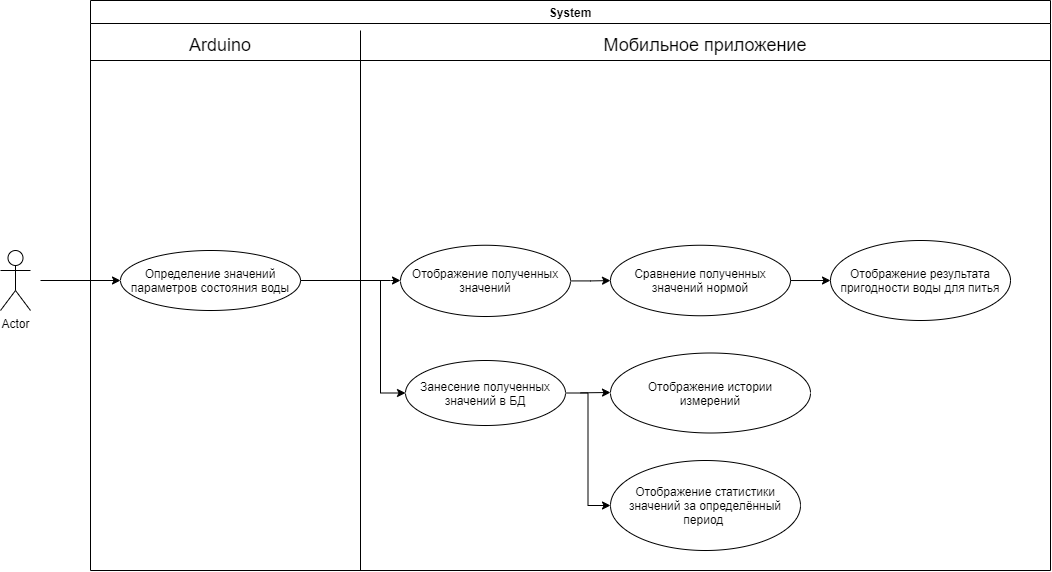
Above: UseCase.png in MaxZ07/Crystal (draw.io), before the change. Source tidied: cells renumbered, new cells last; positions are measured from the earlier drawing's top-left corner, leaving out a move shared by most shapes.
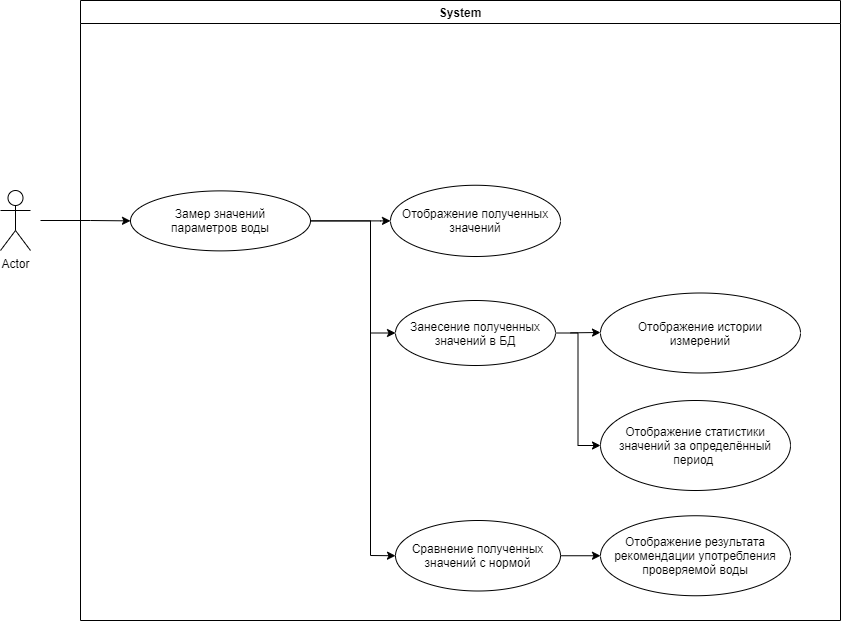
The same diagram one commit later.

Change to the diagram source:
```diff
@@ -2,92 +2,76 @@
   <root>
     <mxCell id="0" />
     <mxCell id="1" parent="0" />
-    <mxCell id="2" value="Actor" style="shape=umlActor;verticalLabelPosition=bottom;verticalAlign=top;html=1;" parent="1" vertex="1">
-      <mxGeometry y="250" width="30" height="60" as="geometry" />
-    </mxCell>
     <mxCell id="3" value="System" style="swimlane;" parent="1" vertex="1">
-      <mxGeometry x="90" width="960" height="570" as="geometry" />
+      <mxGeometry x="80" width="760" height="620" as="geometry" />
     </mxCell>
     <mxCell id="4" style="edgeStyle=orthogonalEdgeStyle;rounded=0;jettySize=auto;html=1;exitX=1;exitY=0.5;exitDx=0;exitDy=0;" parent="3" edge="1" source="5" target="7">
       <mxGeometry relative="1" as="geometry">
         <Array as="points">
-          <mxPoint x="300" y="280" />
-          <mxPoint x="300" y="280" />
+          <mxPoint x="300" y="220" />
+          <mxPoint x="300" y="220" />
         </Array>
       </mxGeometry>
     </mxCell>
-    <mxCell id="5" value="Определение значений параметров состояния воды" style="ellipse;whiteSpace=wrap;html=1;" parent="3" vertex="1">
-      <mxGeometry x="30" y="250" width="180" height="60" as="geometry" />
+    <mxCell id="5" value="Замер значений&lt;br&gt;параметров воды" style="ellipse;whiteSpace=wrap;html=1;" parent="3" vertex="1">
+      <mxGeometry x="50" y="190.4" width="180" height="60" as="geometry" />
     </mxCell>
-    <mxCell id="6" style="edgeStyle=orthogonalEdgeStyle;rounded=0;jettySize=auto;html=1;" parent="3" edge="1" source="7" target="11">
-      <mxGeometry relative="1" as="geometry" />
-    </mxCell>
     <mxCell id="7" value="Отображение полученных&lt;br&gt;значений" style="ellipse;whiteSpace=wrap;html=1;" parent="3" vertex="1">
-      <mxGeometry x="310" y="244.8" width="170" height="71.2" as="geometry" />
+      <mxGeometry x="310" y="184.8" width="170" height="71.2" as="geometry" />
     </mxCell>
     <mxCell id="8" style="edgeStyle=orthogonalEdgeStyle;rounded=0;jettySize=auto;html=1;exitX=1;exitY=0.5;exitDx=0;exitDy=0;entryX=0;entryY=0.5;entryDx=0;entryDy=0;" parent="3" edge="1" source="9" target="14">
       <mxGeometry relative="1" as="geometry" />
     </mxCell>
     <mxCell id="9" value="Занесение полученных&lt;br&gt;значений в БД" style="ellipse;whiteSpace=wrap;html=1;fontSize=12;" parent="3" vertex="1">
-      <mxGeometry x="315" y="360" width="160" height="65" as="geometry" />
+      <mxGeometry x="315" y="300" width="160" height="65" as="geometry" />
     </mxCell>
     <mxCell id="10" style="edgeStyle=orthogonalEdgeStyle;rounded=0;jettySize=auto;html=1;fontSize=12;entryX=0;entryY=0.5;entryDx=0;entryDy=0;" parent="3" edge="1" source="5" target="9">
       <mxGeometry relative="1" as="geometry">
         <Array as="points">
-          <mxPoint x="290" y="280" />
-          <mxPoint x="290" y="392" />
+          <mxPoint x="290" y="220" />
+          <mxPoint x="290" y="332" />
         </Array>
       </mxGeometry>
     </mxCell>
-    <mxCell id="11" value="Сравнение полученных значений нормой" style="ellipse;whiteSpace=wrap;html=1;" parent="3" vertex="1">
-      <mxGeometry x="520" y="244.8" width="180" height="70.5" as="geometry" />
-    </mxCell>
-    <mxCell id="12" style="endArrow=classic;html=1;rounded=0;exitX=0.169;exitY=1.001;exitDx=0;exitDy=0;exitPerimeter=0;" parent="3" edge="1">
-      <mxGeometry relative="1" as="geometry">
-        <mxPoint x="700.1" y="280" as="sourcePoint" />
-        <mxPoint x="740" y="280" as="targetPoint" />
-      </mxGeometry>
-    </mxCell>
-    <mxCell id="13" value="Отображение результата пригодности воды для питья" style="ellipse;whiteSpace=wrap;html=1;" parent="3" vertex="1">
-      <mxGeometry x="740" y="240" width="180" height="80" as="geometry" />
+    <mxCell id="13" value="Отображение результата рекомендации употребления проверяемой воды" style="ellipse;whiteSpace=wrap;html=1;" parent="3" vertex="1">
+      <mxGeometry x="520" y="515.2" width="190" height="80" as="geometry" />
     </mxCell>
     <mxCell id="14" value="Отображение статистики значений за определённый период&amp;nbsp;" style="ellipse;whiteSpace=wrap;html=1;fontSize=12;" parent="3" vertex="1">
-      <mxGeometry x="520" y="460" width="190" height="90" as="geometry" />
+      <mxGeometry x="520" y="400" width="190" height="90" as="geometry" />
     </mxCell>
-    <mxCell id="15" style="endArrow=none;html=1;rounded=0;" parent="3" edge="1">
-      <mxGeometry relative="1" as="geometry">
-        <mxPoint x="270" y="570" as="sourcePoint" />
-        <mxPoint x="270" y="30" as="targetPoint" />
-      </mxGeometry>
-    </mxCell>
-    <mxCell id="16" style="endArrow=none;html=1;rounded=0;" parent="3" edge="1">
-      <mxGeometry relative="1" as="geometry">
-        <mxPoint y="60" as="sourcePoint" />
-        <mxPoint x="960" y="60" as="targetPoint" />
-      </mxGeometry>
-    </mxCell>
-    <mxCell id="17" value="Arduino" style="text;html=1;strokeColor=none;fillColor=none;align=center;verticalAlign=middle;whiteSpace=wrap;rounded=0;fontSize=18;" parent="3" vertex="1">
-      <mxGeometry y="30" width="260" height="30" as="geometry" />
-    </mxCell>
-    <mxCell id="18" value="Мобильное приложение" style="text;html=1;strokeColor=none;fillColor=none;align=center;verticalAlign=middle;whiteSpace=wrap;rounded=0;fontSize=18;" parent="3" vertex="1">
-      <mxGeometry x="270" y="30" width="690" height="30" as="geometry" />
-    </mxCell>
     <mxCell id="19" style="endArrow=classic;html=1;rounded=0;fontSize=18;" parent="3" edge="1">
       <mxGeometry relative="1" as="geometry">
-        <mxPoint x="490" y="392.3" as="sourcePoint" />
-        <mxPoint x="520" y="392" as="targetPoint" />
+        <mxPoint x="490" y="332.3" as="sourcePoint" />
+        <mxPoint x="520" y="332" as="targetPoint" />
       </mxGeometry>
     </mxCell>
     <mxCell id="20" value="&lt;span style=&quot;font-size: 12px&quot;&gt;Отображение истории&lt;br style=&quot;font-size: 12px;&quot;&gt;измерений&lt;/span&gt;" style="ellipse;whiteSpace=wrap;html=1;fontSize=12;" parent="3" vertex="1">
-      <mxGeometry x="520" y="352.5" width="200" height="80" as="geometry" />
+      <mxGeometry x="520" y="292.5" width="200" height="80" as="geometry" />
     </mxCell>
+    <mxCell id="22" style="edgeStyle=orthogonalEdgeStyle;rounded=0;jettySize=auto;html=1;exitX=1;exitY=0.5;exitDx=0;exitDy=0;entryX=0;entryY=0.5;entryDx=0;entryDy=0;fontSize=12;" parent="3" edge="1" source="23" target="13">
+      <mxGeometry relative="1" as="geometry" />
+    </mxCell>
+    <mxCell id="23" value="Сравнение полученных значений с нормой" style="ellipse;whiteSpace=wrap;html=1;" parent="3" vertex="1">
+      <mxGeometry x="315" y="520" width="165" height="70.5" as="geometry" />
+    </mxCell>
+    <mxCell id="24" style="endArrow=classic;html=1;rounded=0;fontSize=12;entryX=0;entryY=0.5;entryDx=0;entryDy=0;" parent="3" edge="1" target="23">
+      <mxGeometry relative="1" as="geometry">
+        <mxPoint x="290" y="330" as="sourcePoint" />
+        <Array as="points">
+          <mxPoint x="290" y="555" />
+        </Array>
+      </mxGeometry>
+    </mxCell>
     <mxCell id="21" style="endArrow=classic;html=1;rounded=0;entryX=0;entryY=0.5;entryDx=0;entryDy=0;" parent="1" edge="1" target="5">
       <mxGeometry relative="1" as="geometry">
-        <mxPoint x="40" y="280" as="sourcePoint" />
+        <mxPoint x="40" y="220" as="sourcePoint" />
         <Array as="points">
-          <mxPoint x="90" y="280" />
+          <mxPoint x="90" y="220" />
         </Array>
       </mxGeometry>
     </mxCell>
+    <mxCell id="2" value="Actor" style="shape=umlActor;verticalLabelPosition=bottom;verticalAlign=top;html=1;" parent="1" vertex="1">
+      <mxGeometry y="190" width="30" height="60" as="geometry" />
+    </mxCell>
   </root>
 </mxGraphModel>
```
